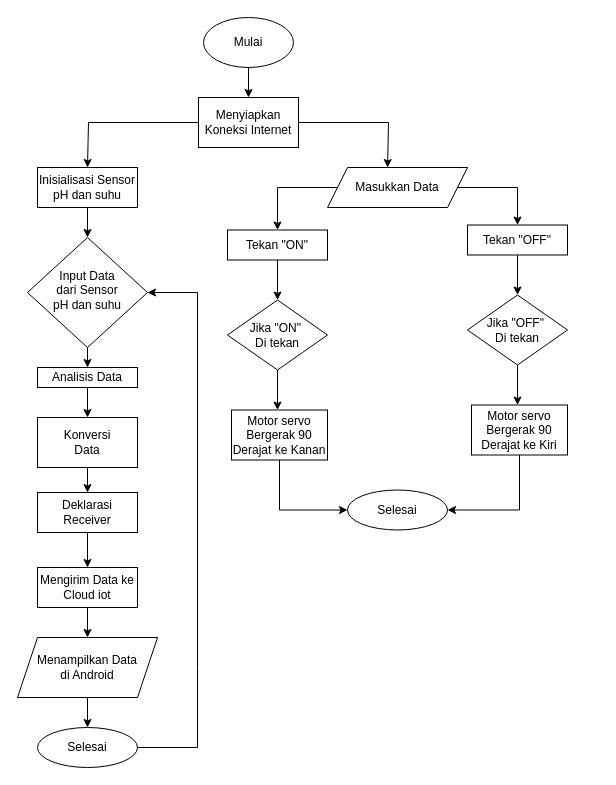
Before: Untitled Diagram.drawio in Handrawinata/komunikasi-nrf, a draw.io diagram. Source tidied: cells renumbered, new cells numbered last; positions are measured from the earlier drawing's top-left corner, leaving out a move shared by most shapes. Both pictures are drawn from the tidied source at 100%, with x=0, y=0 at pixel (17, 17).
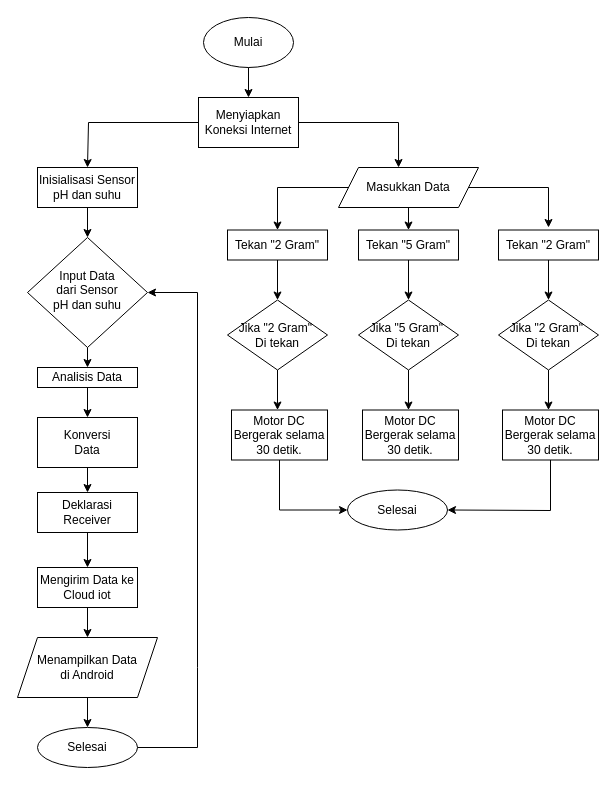
The same diagram, later.

The change refers to these unchanged cells:
```xml
<mxCell id="15" value="Menyiapkan Koneksi Internet" style="rounded=0;whiteSpace=wrap;html=1;" parent="1" vertex="1">
  <mxGeometry x="181" y="80" width="100" height="50" as="geometry" />
</mxCell>
<mxCell id="25" value="Selesai" style="ellipse;whiteSpace=wrap;html=1;" parent="1" vertex="1">
  <mxGeometry x="330" y="472.5" width="100" height="40" as="geometry" />
</mxCell>
```

Change to the diagram source:
```diff
@@
     <mxCell id="17" value="Masukkan Data" style="shape=parallelogram;perimeter=parallelogramPerimeter;whiteSpace=wrap;html=1;fixedSize=1;" parent="1" vertex="1">
-      <mxGeometry x="310" y="150" width="140" height="40" as="geometry" />
+      <mxGeometry x="321" y="150" width="140" height="40" as="geometry" />
     </mxCell>
-    <mxCell id="18" value="Tekan &quot;ON&quot;" style="rounded=0;whiteSpace=wrap;html=1;" parent="1" vertex="1">
+    <mxCell id="18" value="Tekan &quot;2 Gram&quot;" style="rounded=0;whiteSpace=wrap;html=1;" parent="1" vertex="1">
       <mxGeometry x="210" y="212.5" width="100" height="30" as="geometry" />
     </mxCell>
@@
-    <mxCell id="21" value="Jika &quot;ON&quot;&amp;nbsp;&lt;br&gt;Di tekan" style="rhombus;whiteSpace=wrap;html=1;" parent="1" vertex="1">
+    <mxCell id="21" value="Jika &quot;2 Gram&quot;&amp;nbsp;&lt;br&gt;Di tekan" style="rhombus;whiteSpace=wrap;html=1;" parent="1" vertex="1">
       <mxGeometry x="210" y="282.5" width="100" height="70" as="geometry" />
     </mxCell>
@@
-    <mxCell id="24" value="Motor servo&lt;br&gt;Bergerak 90 Derajat ke Kanan" style="rounded=0;whiteSpace=wrap;html=1;" parent="1" vertex="1">
+    <mxCell id="24" value="Motor DC Bergerak selama 30 detik." style="rounded=0;whiteSpace=wrap;html=1;" parent="1" vertex="1">
       <mxGeometry x="214" y="392.5" width="96" height="50" as="geometry" />
     </mxCell>
@@
-    <mxCell id="27" value="Tekan &quot;OFF&quot;" style="rounded=0;whiteSpace=wrap;html=1;" parent="1" vertex="1">
-      <mxGeometry x="450" y="207.5" width="100" height="30" as="geometry" />
-    </mxCell>
-    <mxCell id="28" style="endArrow=classic;html=1;rounded=0;exitX=0.5;exitY=1;exitDx=0;exitDy=0;" parent="1" edge="1" source="27" target="29">
-      <mxGeometry relative="1" as="geometry" />
-    </mxCell>
-    <mxCell id="29" value="Jika &quot;OFF&quot;&amp;nbsp;&lt;br&gt;Di tekan" style="rhombus;whiteSpace=wrap;html=1;" parent="1" vertex="1">
-      <mxGeometry x="450" y="277.5" width="100" height="70" as="geometry" />
-    </mxCell>
-    <mxCell id="30" style="endArrow=classic;html=1;rounded=0;exitX=0.5;exitY=1;exitDx=0;exitDy=0;" parent="1" edge="1" source="29">
-      <mxGeometry relative="1" as="geometry">
-        <mxPoint x="500" y="347.5" as="targetPoint" />
-      </mxGeometry>
-    </mxCell>
-    <mxCell id="31" style="endArrow=classic;html=1;rounded=0;exitX=0.5;exitY=1;exitDx=0;exitDy=0;" parent="1" edge="1" source="29">
-      <mxGeometry relative="1" as="geometry">
-        <mxPoint x="500" y="387.5" as="targetPoint" />
-      </mxGeometry>
-    </mxCell>
-    <mxCell id="32" value="Motor servo&lt;br&gt;Bergerak 90 Derajat ke Kiri" style="rounded=0;whiteSpace=wrap;html=1;" parent="1" vertex="1">
-      <mxGeometry x="454" y="387.5" width="96" height="50" as="geometry" />
-    </mxCell>
-    <mxCell id="33" style="endArrow=classic;html=1;rounded=0;exitX=1;exitY=0.5;exitDx=0;exitDy=0;entryX=0.5;entryY=0;entryDx=0;entryDy=0;" parent="1" edge="1" source="17" target="27">
-      <mxGeometry relative="1" as="geometry">
-        <Array as="points">
-          <mxPoint x="500" y="170" />
-        </Array>
-      </mxGeometry>
-    </mxCell>
-    <mxCell id="34" style="endArrow=classic;html=1;rounded=0;exitX=0.5;exitY=1;exitDx=0;exitDy=0;entryX=1;entryY=0.5;entryDx=0;entryDy=0;" parent="1" edge="1" source="32" target="25">
-      <mxGeometry relative="1" as="geometry">
-        <Array as="points">
-          <mxPoint x="502" y="492.5" />
-        </Array>
-      </mxGeometry>
-    </mxCell>
@@
     <mxCell id="39" style="endArrow=classic;html=1;rounded=0;entryX=0.429;entryY=0;entryDx=0;entryDy=0;entryPerimeter=0;exitX=1;exitY=0.5;exitDx=0;exitDy=0;" parent="1" edge="1" source="15" target="17">
       <mxGeometry relative="1" as="geometry">
         <Array as="points">
-          <mxPoint x="371" y="105" />
+          <mxPoint x="381" y="105" />
         </Array>
       </mxGeometry>
     </mxCell>
@@
+    <mxCell id="41" value="Tekan &quot;5 Gram&quot;" style="rounded=0;whiteSpace=wrap;html=1;" parent="1" vertex="1">
+      <mxGeometry x="341" y="212.5" width="100" height="30" as="geometry" />
+    </mxCell>
+    <mxCell id="42" style="endArrow=classic;html=1;rounded=0;exitX=0.5;exitY=1;exitDx=0;exitDy=0;" parent="1" edge="1" source="41" target="43">
+      <mxGeometry relative="1" as="geometry" />
+    </mxCell>
+    <mxCell id="43" value="Jika &quot;5 Gram&quot;&amp;nbsp;&lt;br&gt;Di tekan" style="rhombus;whiteSpace=wrap;html=1;" parent="1" vertex="1">
+      <mxGeometry x="341" y="282.5" width="100" height="70" as="geometry" />
+    </mxCell>
+    <mxCell id="44" style="endArrow=classic;html=1;rounded=0;exitX=0.5;exitY=1;exitDx=0;exitDy=0;" parent="1" edge="1" source="43">
+      <mxGeometry relative="1" as="geometry">
+        <mxPoint x="391" y="352.5" as="targetPoint" />
+      </mxGeometry>
+    </mxCell>
+    <mxCell id="45" style="endArrow=classic;html=1;rounded=0;exitX=0.5;exitY=1;exitDx=0;exitDy=0;" parent="1" edge="1" source="43">
+      <mxGeometry relative="1" as="geometry">
+        <mxPoint x="391" y="392.5" as="targetPoint" />
+      </mxGeometry>
+    </mxCell>
+    <mxCell id="46" value="Motor DC Bergerak selama 30 detik." style="rounded=0;whiteSpace=wrap;html=1;" parent="1" vertex="1">
+      <mxGeometry x="345" y="392.5" width="96" height="50" as="geometry" />
+    </mxCell>
+    <mxCell id="47" value="Tekan &quot;2 Gram&quot;" style="rounded=0;whiteSpace=wrap;html=1;" parent="1" vertex="1">
+      <mxGeometry x="481" y="212.5" width="100" height="30" as="geometry" />
+    </mxCell>
+    <mxCell id="48" style="endArrow=classic;html=1;rounded=0;exitX=0.5;exitY=1;exitDx=0;exitDy=0;" parent="1" edge="1" source="47" target="49">
+      <mxGeometry relative="1" as="geometry" />
+    </mxCell>
+    <mxCell id="49" value="Jika &quot;2 Gram&quot;&amp;nbsp;&lt;br&gt;Di tekan" style="rhombus;whiteSpace=wrap;html=1;" parent="1" vertex="1">
+      <mxGeometry x="481" y="282.5" width="100" height="70" as="geometry" />
+    </mxCell>
+    <mxCell id="50" style="endArrow=classic;html=1;rounded=0;exitX=0.5;exitY=1;exitDx=0;exitDy=0;" parent="1" edge="1" source="49">
+      <mxGeometry relative="1" as="geometry">
+        <mxPoint x="531" y="352.5" as="targetPoint" />
+      </mxGeometry>
+    </mxCell>
+    <mxCell id="51" style="endArrow=classic;html=1;rounded=0;exitX=0.5;exitY=1;exitDx=0;exitDy=0;" parent="1" edge="1" source="49">
+      <mxGeometry relative="1" as="geometry">
+        <mxPoint x="531" y="392.5" as="targetPoint" />
+      </mxGeometry>
+    </mxCell>
+    <mxCell id="52" value="Motor DC Bergerak selama 30 detik." style="rounded=0;whiteSpace=wrap;html=1;" parent="1" vertex="1">
+      <mxGeometry x="485" y="392.5" width="96" height="50" as="geometry" />
+    </mxCell>
+    <mxCell id="53" style="endArrow=classic;html=1;rounded=0;exitX=0.5;exitY=1;exitDx=0;exitDy=0;entryX=0.5;entryY=0;entryDx=0;entryDy=0;" parent="1" edge="1" source="17" target="41">
+      <mxGeometry relative="1" as="geometry" />
+    </mxCell>
+    <mxCell id="54" style="endArrow=classic;html=1;rounded=0;exitX=1;exitY=0.5;exitDx=0;exitDy=0;" parent="1" edge="1" source="17">
+      <mxGeometry relative="1" as="geometry">
+        <mxPoint x="531" y="210" as="targetPoint" />
+        <Array as="points">
+          <mxPoint x="531" y="170" />
+        </Array>
+      </mxGeometry>
+    </mxCell>
+    <mxCell id="55" style="endArrow=classic;html=1;rounded=0;exitX=0.5;exitY=1;exitDx=0;exitDy=0;entryX=1;entryY=0.5;entryDx=0;entryDy=0;" parent="1" edge="1" source="52" target="25">
+      <mxGeometry relative="1" as="geometry">
+        <Array as="points">
+          <mxPoint x="533" y="493" />
+        </Array>
+      </mxGeometry>
+    </mxCell>
```
